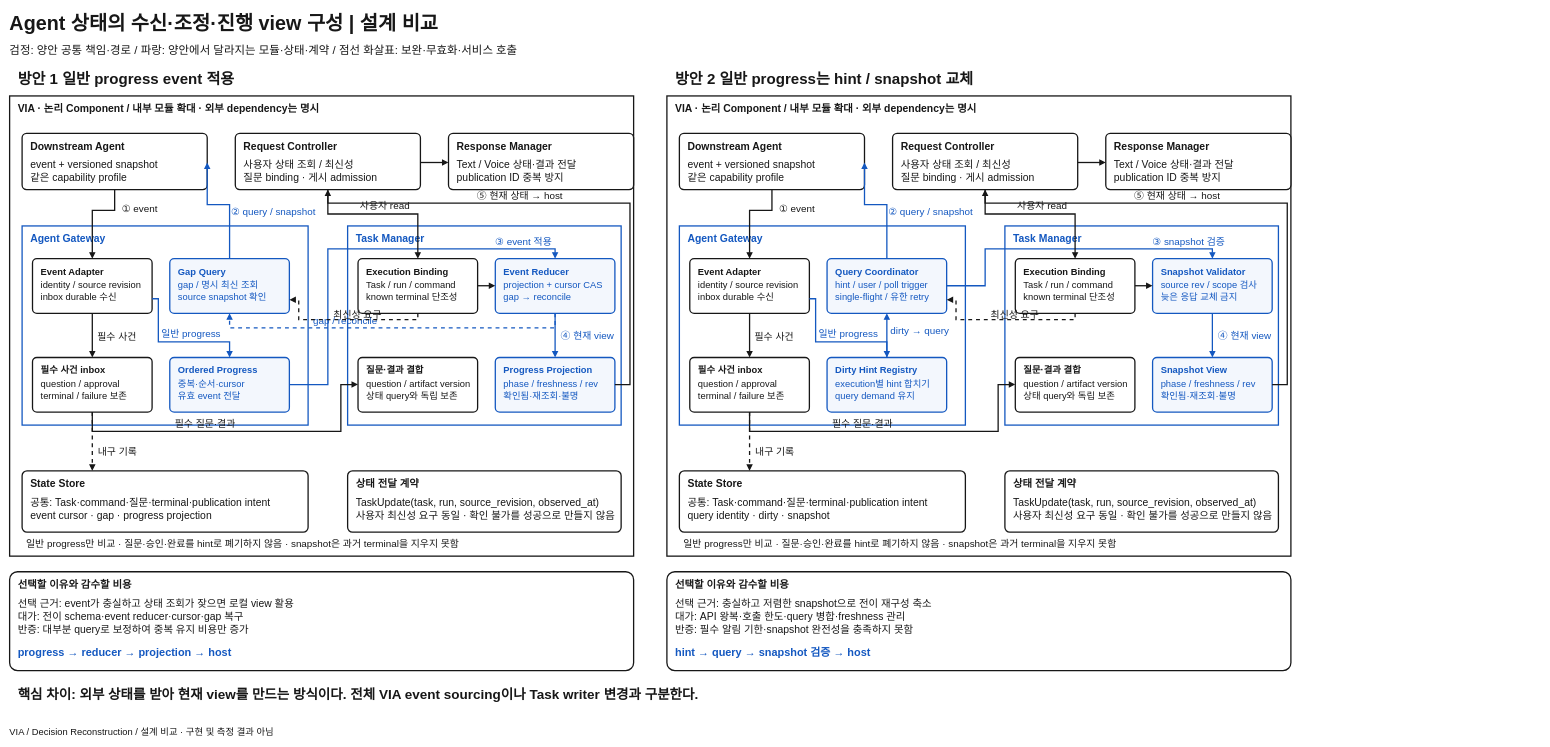
Earlier version of the draw.io diagram docs/architecture/12-decisions/decision-packages/diagrams/agent-state-observation-comparison.drawio (cbyche/via-sw-architecture). Source tidied: cells renumbered, new cells numbered last; positions are measured from the earlier drawing's top-left corner, leaving out a move shared by most shapes. Both pictures are drawn from the tidied source at 52%, with x=0, y=0 at pixel (9, 9).
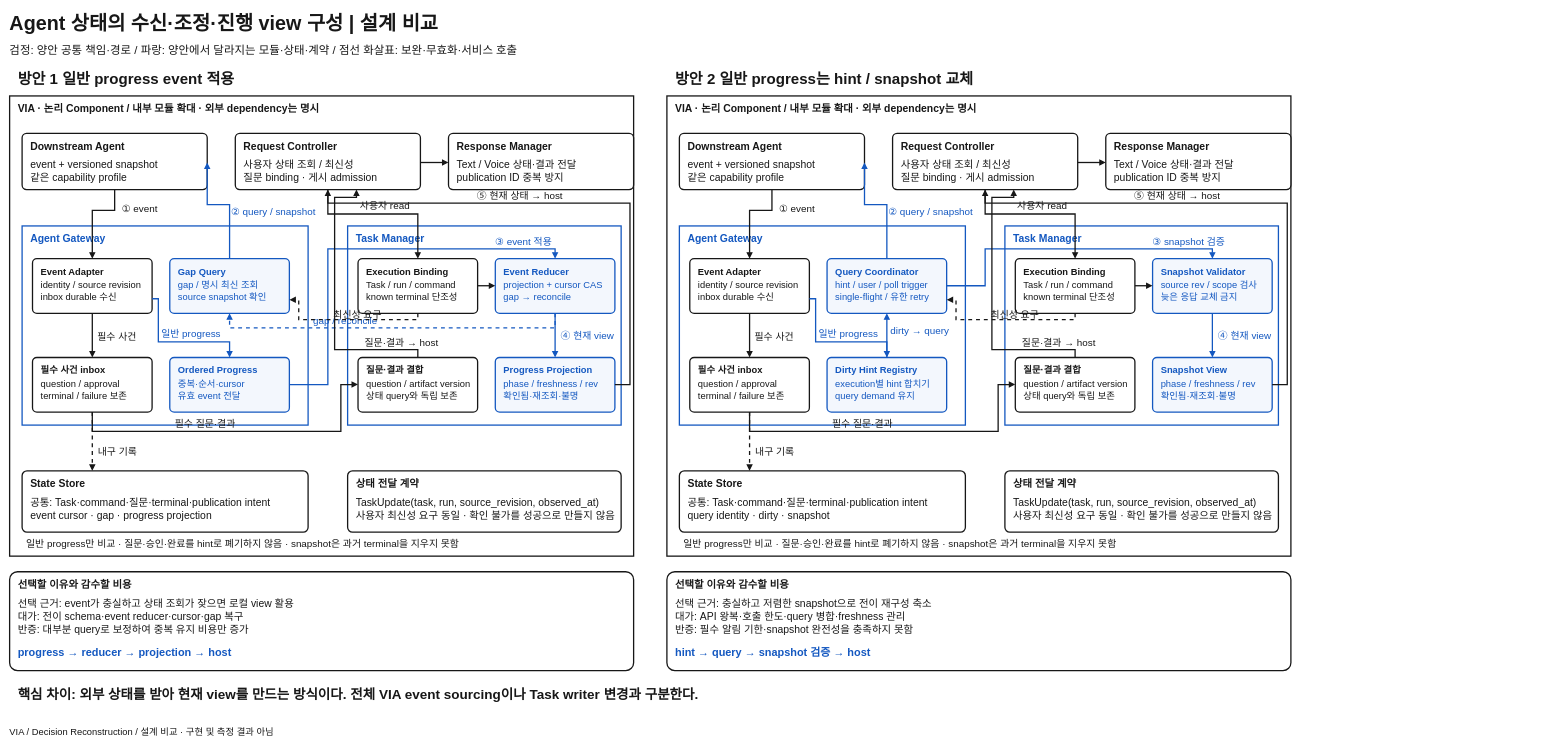
Above is the later version.

Unchanged cells that the change refers to:
```xml
<mxCell id="49" style="rounded=1;arcSize=8;html=1;fillColor=#FFFFFF;strokeColor=#171717;strokeWidth=2.5;" parent="2" vertex="1">
  <mxGeometry x="434" y="72" width="356" height="108" as="geometry" />
</mxCell>
<mxCell id="64" style="rounded=1;arcSize=8;html=1;fillColor=#FFFFFF;strokeColor=#171717;strokeWidth=2.5;" parent="4" vertex="1">
  <mxGeometry x="434" y="72" width="356" height="108" as="geometry" />
</mxCell>
<mxCell id="98" style="rounded=1;arcSize=8;html=1;fillColor=#FFFFFF;strokeColor=#171717;strokeWidth=2.5;" parent="20" vertex="1">
  <mxGeometry x="20" y="253" width="230" height="105" as="geometry" />
</mxCell>
<mxCell id="130" style="rounded=1;arcSize=8;html=1;fillColor=#FFFFFF;strokeColor=#171717;strokeWidth=2.5;" parent="22" vertex="1">
  <mxGeometry x="20" y="253" width="230" height="105" as="geometry" />
</mxCell>
```

What changed in the source:
```diff
@@
+    <mxCell id="200" style="endArrow=block;endFill=1;strokeColor=#171717;strokeWidth=2.5;rounded=0;noEdgeStyle=1;exitX=0.5;exitY=0.0;exitPerimeter=0;entryX=0.6544943820224719;entryY=1.0;entryPerimeter=0;" parent="1" edge="1" source="98" target="49">
+      <mxGeometry relative="1" as="geometry">
+        <Array as="points">
+          <mxPoint x="785" y="655" />
+          <mxPoint x="625" y="655" />
+          <mxPoint x="625" y="362" />
+          <mxPoint x="667" y="362" />
+        </Array>
+      </mxGeometry>
+    </mxCell>
+    <mxCell id="201" value="질문·결과 → host" style="text;html=1;whiteSpace=nowrap;overflow=visible;strokeColor=none;fillColor=none;fontColor=#171717;fontSize=19;fontStyle=0;fontFamily=Arial;align=left;verticalAlign=top;spacing=0;" parent="1" vertex="1">
+      <mxGeometry x="683" y="627" width="620" height="26" as="geometry" />
+    </mxCell>
@@
+    <mxCell id="202" style="endArrow=block;endFill=1;strokeColor=#171717;strokeWidth=2.5;rounded=0;noEdgeStyle=1;exitX=0.5;exitY=0.0;exitPerimeter=0;entryX=0.6544943820224719;entryY=1.0;entryPerimeter=0;" parent="1" edge="1" source="130" target="64">
+      <mxGeometry relative="1" as="geometry">
+        <Array as="points">
+          <mxPoint x="2049" y="655" />
+          <mxPoint x="1889" y="655" />
+          <mxPoint x="1889" y="362" />
+          <mxPoint x="1931" y="362" />
+        </Array>
+      </mxGeometry>
+    </mxCell>
+    <mxCell id="203" value="질문·결과 → host" style="text;html=1;whiteSpace=nowrap;overflow=visible;strokeColor=none;fillColor=none;fontColor=#171717;fontSize=19;fontStyle=0;fontFamily=Arial;align=left;verticalAlign=top;spacing=0;" parent="1" vertex="1">
+      <mxGeometry x="1947" y="627" width="620" height="26" as="geometry" />
+    </mxCell>
```
